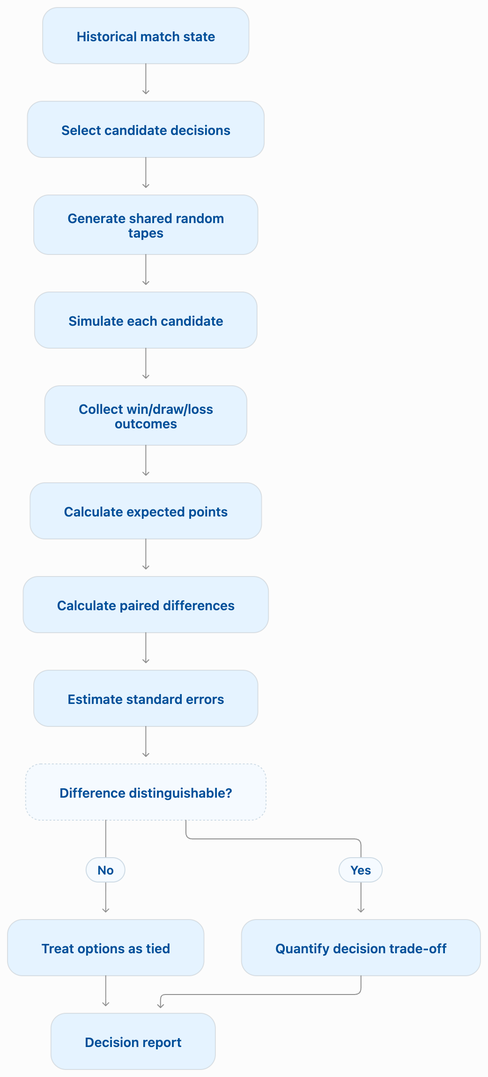
This is assets/simulation-workflow.png from chizkidd/fergie-time-analytics, a Mermaid export, as it was before one commit. Its source is kept beside it as assets/simulation-workflow.mmd.
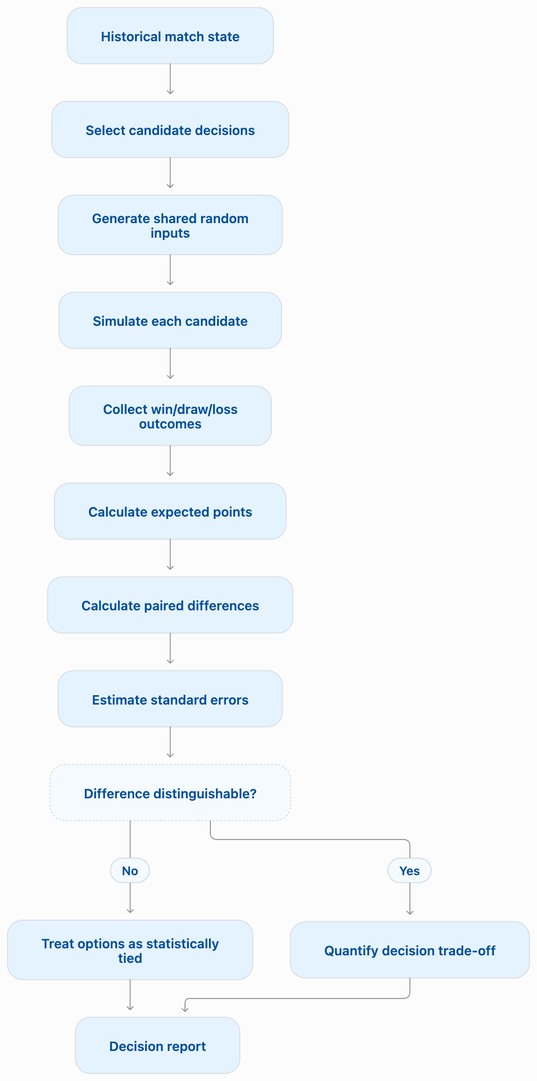
After the commit.

Diff of the diagram source:
```diff
@@ -1,13 +1,13 @@
 flowchart TD
     A["Historical match state"] --> B["Select candidate decisions"]
-    B --> C["Generate shared random tapes"]
+    B --> C["Generate shared random inputs"]
     C --> D["Simulate each candidate"]
     D --> E["Collect win/draw/loss outcomes"]
     E --> F["Calculate expected points"]
     F --> G["Calculate paired differences"]
     G --> H["Estimate standard errors"]
     H --> I{"Difference distinguishable?"}
-    I -->|No| J["Treat options as tied"]
+    I -->|No| J["Treat options as statistically tied"]
     I -->|Yes| K["Quantify decision trade-off"]
     J --> L["Decision report"]
     K --> L
```
